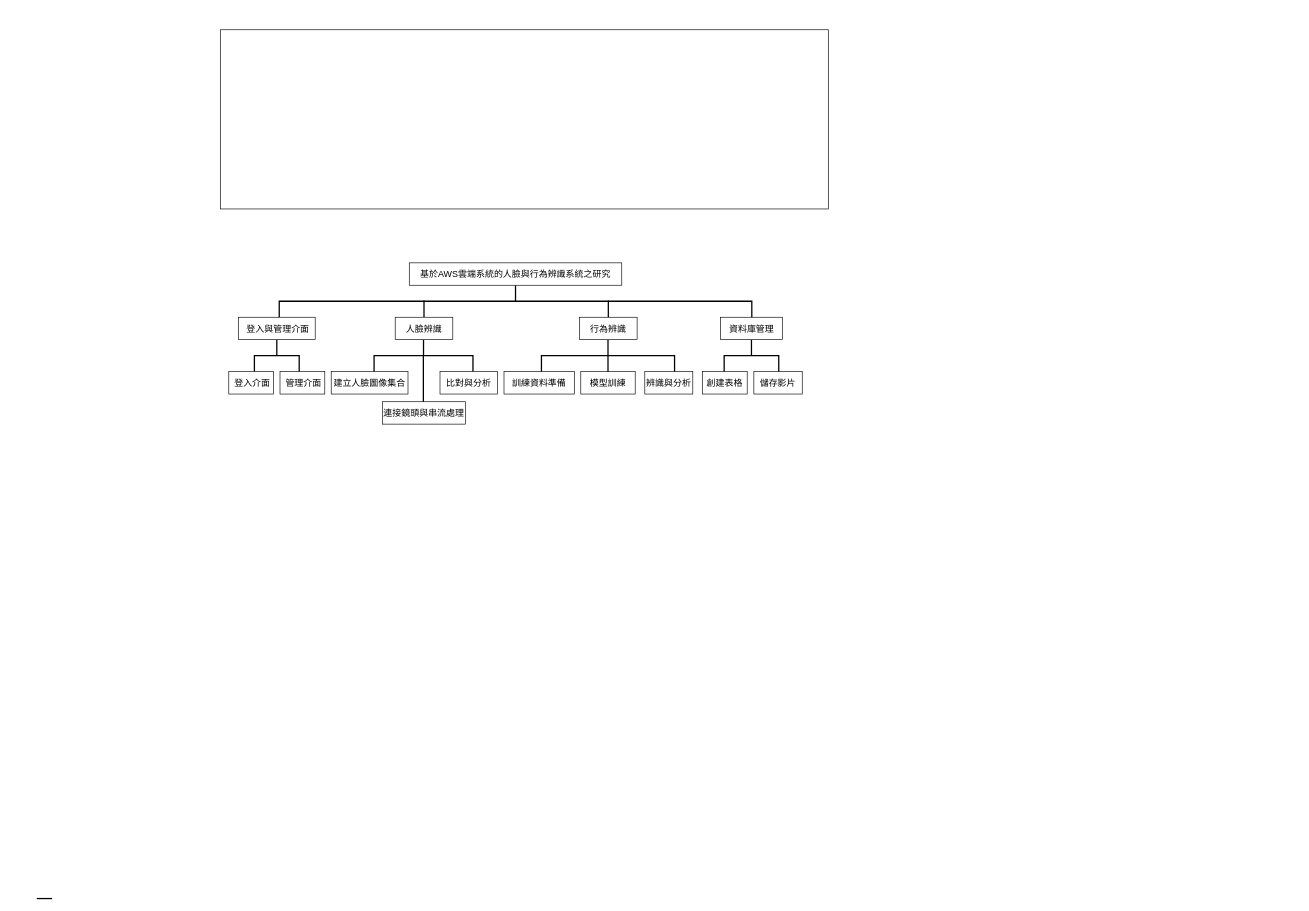
The draw.io diagram diagram/未命名绘图.drawio in sen2003/aws_faceDetect_project, before the edit. Source tidied: cells renumbered, new cells numbered last; positions are measured from the earlier drawing's top-left corner, leaving out a move shared by most shapes. Both pictures are drawn from the tidied source at 64%, with x=0, y=0 at pixel (11, 11).
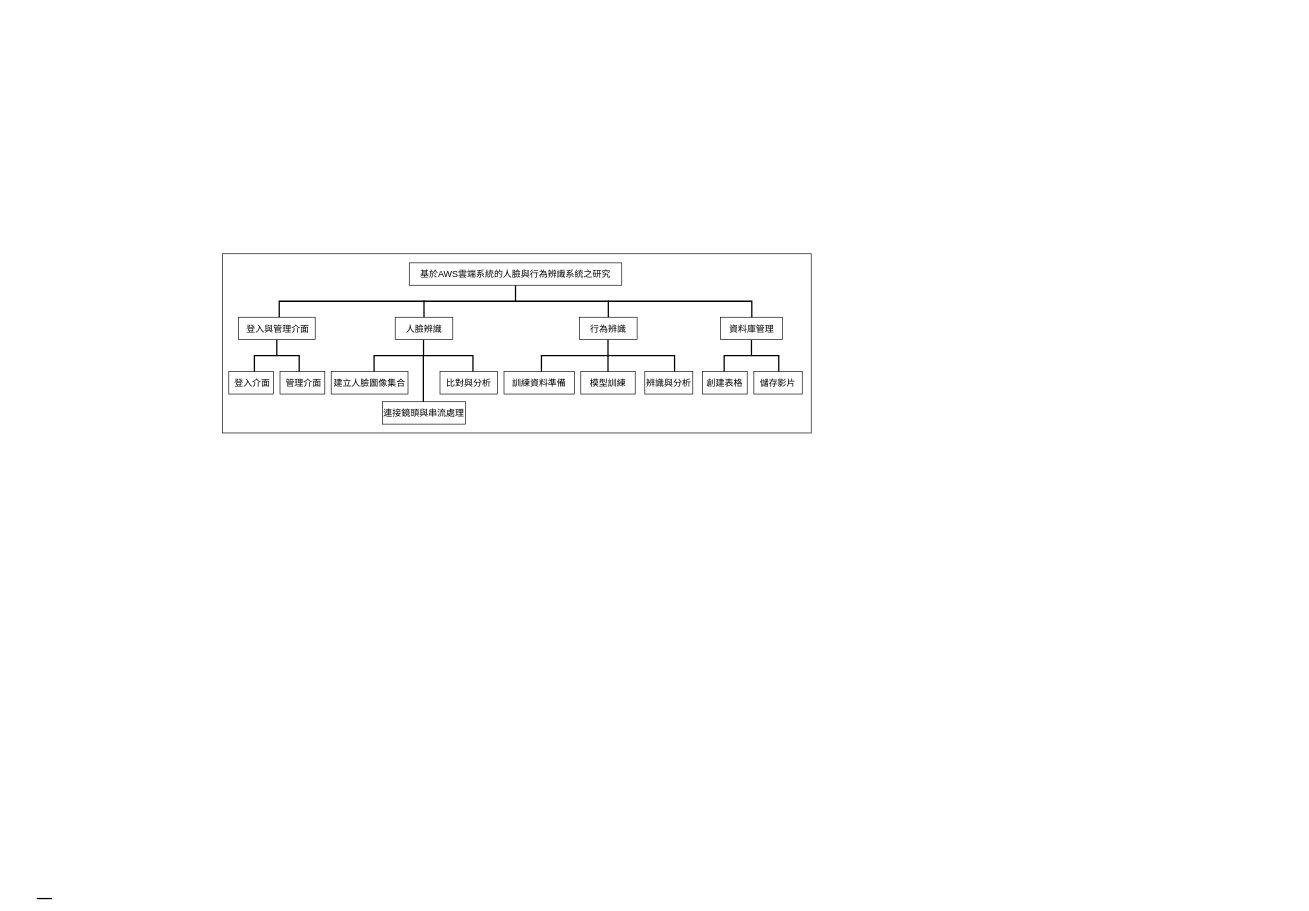
Above is the later version.

Commit message:
更新未命名绘图.drawio

Unchanged cells that the change refers to:
```xml
<mxCell id="4" style="group;" parent="3" vertex="1">
  <mxGeometry x="-230" y="-10" width="1367" height="683.4" as="geometry" />
</mxCell>
```

What changed in the source:
```diff
@@
-    <mxCell id="2" style="rounded=0;whiteSpace=wrap;html=1;" parent="1" vertex="1">
-      <mxGeometry x="327" y="29" width="950" height="280" as="geometry" />
-    </mxCell>
@@
+    <mxCell id="43" style="rounded=0;whiteSpace=wrap;html=1;" parent="4" vertex="1">
+      <mxGeometry x="50" y="240" width="920" height="280" as="geometry" />
+    </mxCell>
@@
     <mxCell id="16" style="group;" parent="4" vertex="1">
-      <mxGeometry x="210" y="374.2" width="373.5" height="143" as="geometry" />
+      <mxGeometry x="210" y="374.2" width="787" height="155.8" as="geometry" />
     </mxCell>
```
